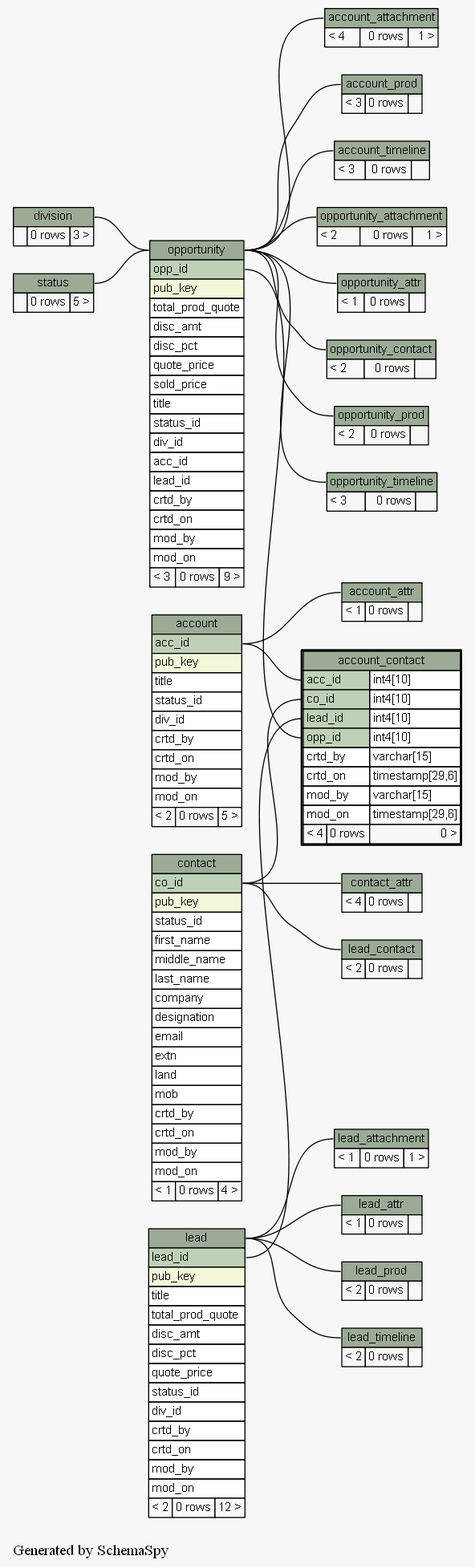
The Graphviz diagram docs/database/schemaspy/graphs/account_contact.2degrees.png in engineerscraft/salesforce, before a commit. Its source is kept beside it as docs/database/schemaspy/graphs/account_contact.2degrees.dot.
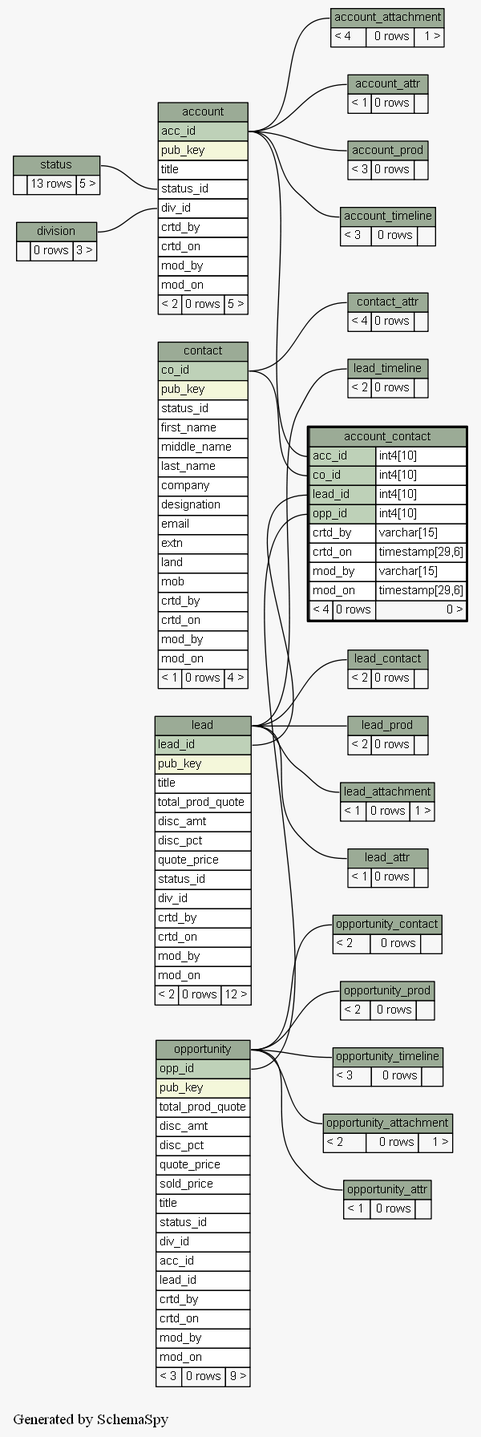
The same diagram one commit later.

The edit, as a diff of the source:
```diff
@@ -13,22 +13,22 @@
   edge [
     arrowsize="0.8"
   ];
-  "account_attachment":"account_attachment.heading":w -> "opportunity":"opportunity.heading":e [arrowtail=crowodot arrowhead=none];
+  "account":"div_id":w -> "division":"division.heading":e [arrowtail=crowtee arrowhead=none];
+  "account":"status_id":w -> "status":"status.heading":e [arrowtail=crowtee arrowhead=none];
+  "account_attachment":"account_attachment.heading":w -> "account":"acc_id":e [arrowtail=crowtee arrowhead=none];
   "account_attr":"account_attr.heading":w -> "account":"acc_id":e [arrowtail=tee arrowhead=none];
   "account_contact":"acc_id":w -> "account":"acc_id":e [arrowtail=crowtee arrowhead=none];
   "account_contact":"co_id":w -> "contact":"co_id":e [arrowtail=crowtee arrowhead=none];
   "account_contact":"lead_id":w -> "lead":"lead_id":e [arrowtail=crowtee arrowhead=none];
   "account_contact":"opp_id":w -> "opportunity":"opp_id":e [arrowtail=crowtee arrowhead=none];
-  "account_prod":"account_prod.heading":w -> "opportunity":"opportunity.heading":e [arrowtail=crowtee arrowhead=none];
-  "account_timeline":"account_timeline.heading":w -> "opportunity":"opportunity.heading":e [arrowtail=crowodot arrowhead=none];
+  "account_prod":"account_prod.heading":w -> "account":"acc_id":e [arrowtail=crowtee arrowhead=none];
+  "account_timeline":"account_timeline.heading":w -> "account":"acc_id":e [arrowtail=crowtee arrowhead=none];
   "contact_attr":"contact_attr.heading":w -> "contact":"co_id":e [arrowtail=tee arrowhead=none];
   "lead_attachment":"lead_attachment.heading":w -> "lead":"lead.heading":e [arrowtail=crowtee arrowhead=none];
   "lead_attr":"lead_attr.heading":w -> "lead":"lead.heading":e [arrowtail=tee arrowhead=none];
-  "lead_contact":"lead_contact.heading":w -> "contact":"co_id":e [arrowtail=crowtee arrowhead=none];
+  "lead_contact":"lead_contact.heading":w -> "lead":"lead.heading":e [arrowtail=crowtee arrowhead=none];
   "lead_prod":"lead_prod.heading":w -> "lead":"lead.heading":e [arrowtail=crowtee arrowhead=none];
   "lead_timeline":"lead_timeline.heading":w -> "lead":"lead.heading":e [arrowtail=crowtee arrowhead=none];
-  "opportunity":"opportunity.heading":w -> "division":"division.heading":e [arrowtail=crowtee arrowhead=none];
-  "opportunity":"opportunity.heading":w -> "status":"status.heading":e [arrowtail=crowtee arrowhead=none];
   "opportunity_attachment":"opportunity_attachment.heading":w -> "opportunity":"opportunity.heading":e [arrowtail=crowtee arrowhead=none];
   "opportunity_attr":"opportunity_attr.heading":w -> "opportunity":"opportunity.heading":e [arrowtail=tee arrowhead=none];
   "opportunity_contact":"opportunity_contact.heading":w -> "opportunity":"opportunity.heading":e [arrowtail=crowtee arrowhead=none];
@@ -289,7 +289,7 @@
     label=<
     <TABLE BORDER="0" CELLBORDER="1" CELLSPACING="0" BGCOLOR="#ffffff">
       <TR><TD PORT="status.heading" COLSPAN="3" BGCOLOR="#9bab96" ALIGN="CENTER">status</TD></TR>
-      <TR><TD ALIGN="LEFT" BGCOLOR="#f7f7f7">  </TD><TD ALIGN="RIGHT" BGCOLOR="#f7f7f7">0 rows</TD><TD ALIGN="RIGHT" BGCOLOR="#f7f7f7">5 &gt;</TD></TR>
+      <TR><TD ALIGN="LEFT" BGCOLOR="#f7f7f7">  </TD><TD ALIGN="RIGHT" BGCOLOR="#f7f7f7">13 rows</TD><TD ALIGN="RIGHT" BGCOLOR="#f7f7f7">5 &gt;</TD></TR>
     </TABLE>>
     URL="status.html#graph"
     tooltip="status"
```
